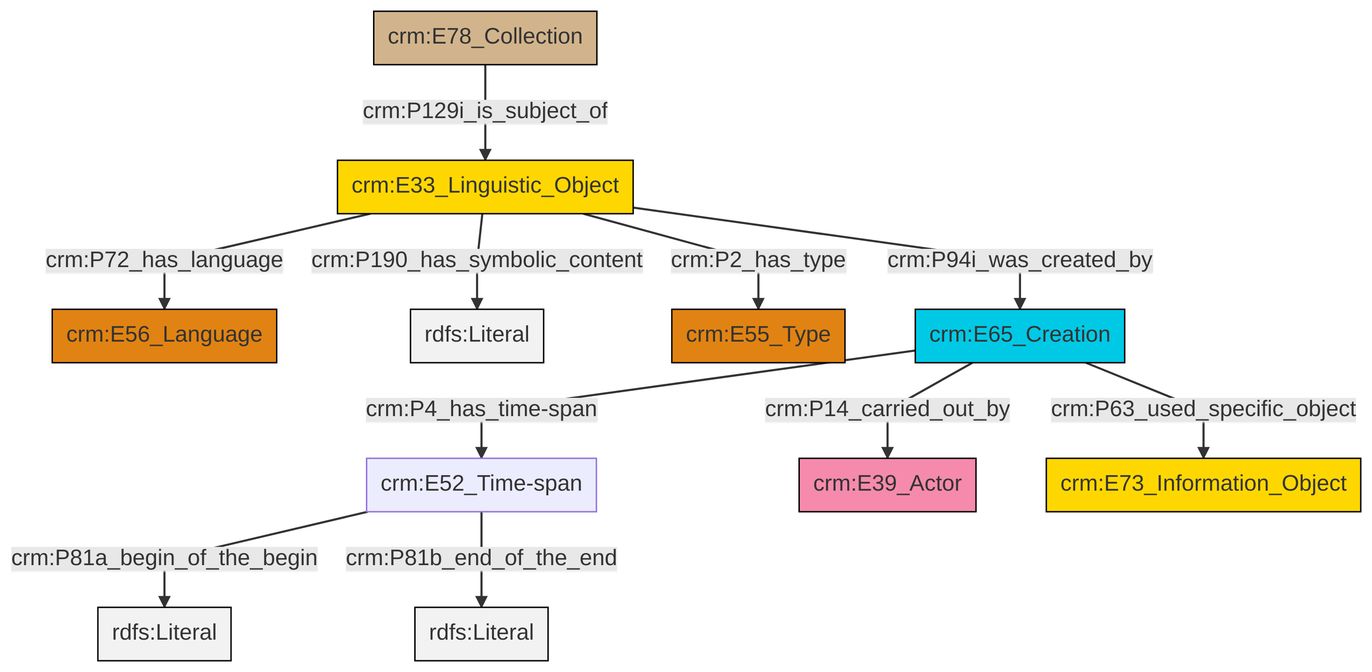
Above: et/archivalCSV/ttl/mmd/png/archival_desc.png in swiss-art-research-net/docs.swissartresearch (Mermaid), before the change. Its source is kept beside it as et/archivalCSV/ttl/mmd/archival_desc.ttl.mmd.
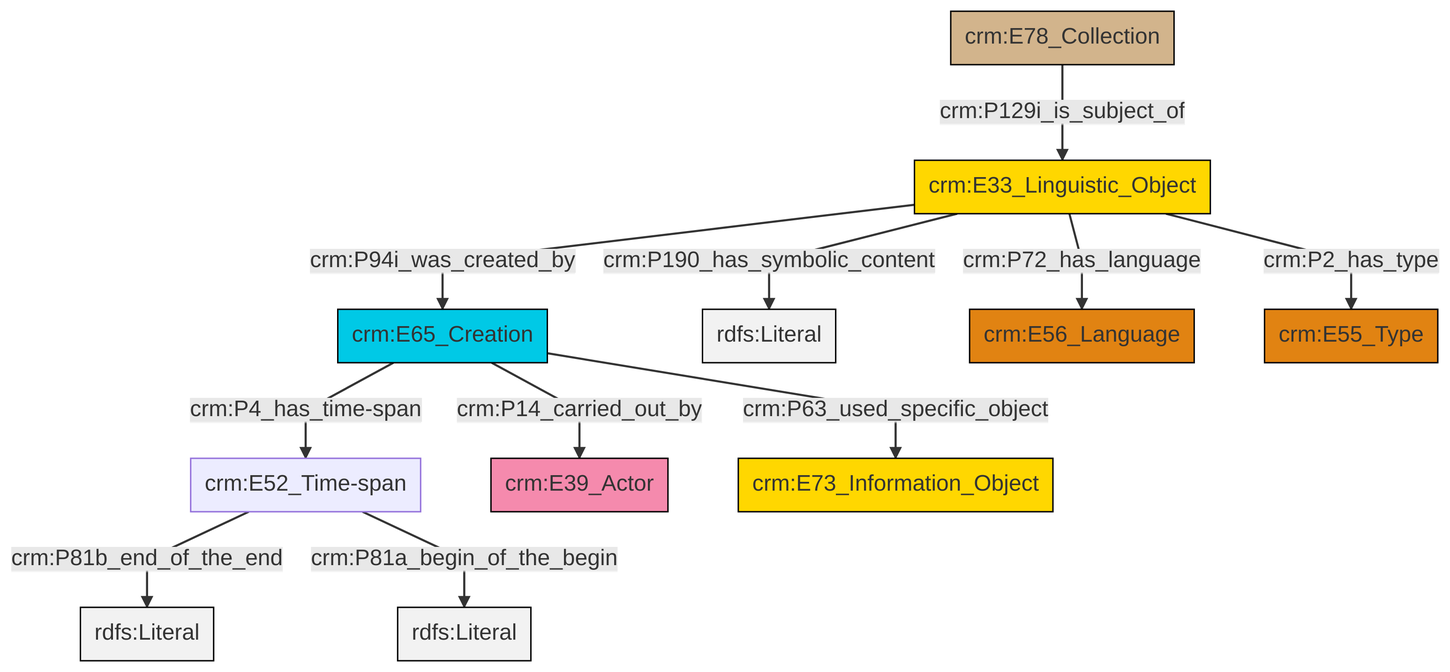
Later version of the same file.

The edit, as a diff of the source:
```diff
@@ -13,13 +13,13 @@
 classDef PC_Classes fill:#4ce600, stroke:#000000;
 classDef Multi fill:#cccccc,stroke:#000000;
 
-0["crm:E33_Linguistic_Object"]:::Conceptual_Object -->|crm:P72_has_language| 1["crm:E56_Language"]:::Type
-3["crm:E52_Time-span"]:::Default -->|crm:P81a_begin_of_the_begin| 4[rdfs:Literal]:::Literal
-0["crm:E33_Linguistic_Object"]:::Conceptual_Object -->|crm:P190_has_symbolic_content| 5[rdfs:Literal]:::Literal
-0["crm:E33_Linguistic_Object"]:::Conceptual_Object -->|crm:P2_has_type| 8["crm:E55_Type"]:::Type
-9["crm:E65_Creation"]:::Temporal_Entity -->|crm:P4_has_time-span| 3["crm:E52_Time-span"]:::Default
-0["crm:E33_Linguistic_Object"]:::Conceptual_Object -->|crm:P94i_was_created_by| 9["crm:E65_Creation"]:::Temporal_Entity
-3["crm:E52_Time-span"]:::Default -->|crm:P81b_end_of_the_end| 14[rdfs:Literal]:::Literal
-15["crm:E78_Collection"]:::Physical_Thing -->|crm:P129i_is_subject_of| 0["crm:E33_Linguistic_Object"]:::Conceptual_Object
-9["crm:E65_Creation"]:::Temporal_Entity -->|crm:P63_used_specific_object| 12["crm:E73_Information_Object"]:::Conceptual_Object
-9["crm:E65_Creation"]:::Temporal_Entity -->|crm:P14_carried_out_by| 6["crm:E39_Actor"]:::Actor
+0["crm:E52_Time-span"]:::Default -->|crm:P81b_end_of_the_end| 1[rdfs:Literal]:::Literal
+2["crm:E65_Creation"]:::Temporal_Entity -->|crm:P4_has_time-span| 0["crm:E52_Time-span"]:::Default
+2["crm:E65_Creation"]:::Temporal_Entity -->|crm:P14_carried_out_by| 7["crm:E39_Actor"]:::Actor
+3["crm:E33_Linguistic_Object"]:::Conceptual_Object -->|crm:P190_has_symbolic_content| 8[rdfs:Literal]:::Literal
+0["crm:E52_Time-span"]:::Default -->|crm:P81a_begin_of_the_begin| 9[rdfs:Literal]:::Literal
+5["crm:E78_Collection"]:::Physical_Thing -->|crm:P129i_is_subject_of| 3["crm:E33_Linguistic_Object"]:::Conceptual_Object
+3["crm:E33_Linguistic_Object"]:::Conceptual_Object -->|crm:P2_has_type| 15["crm:E55_Type"]:::Type
+3["crm:E33_Linguistic_Object"]:::Conceptual_Object -->|crm:P94i_was_created_by| 2["crm:E65_Creation"]:::Temporal_Entity
+2["crm:E65_Creation"]:::Temporal_Entity -->|crm:P63_used_specific_object| 10["crm:E73_Information_Object"]:::Conceptual_Object
+3["crm:E33_Linguistic_Object"]:::Conceptual_Object -->|crm:P72_has_language| 12["crm:E56_Language"]:::Type
```
